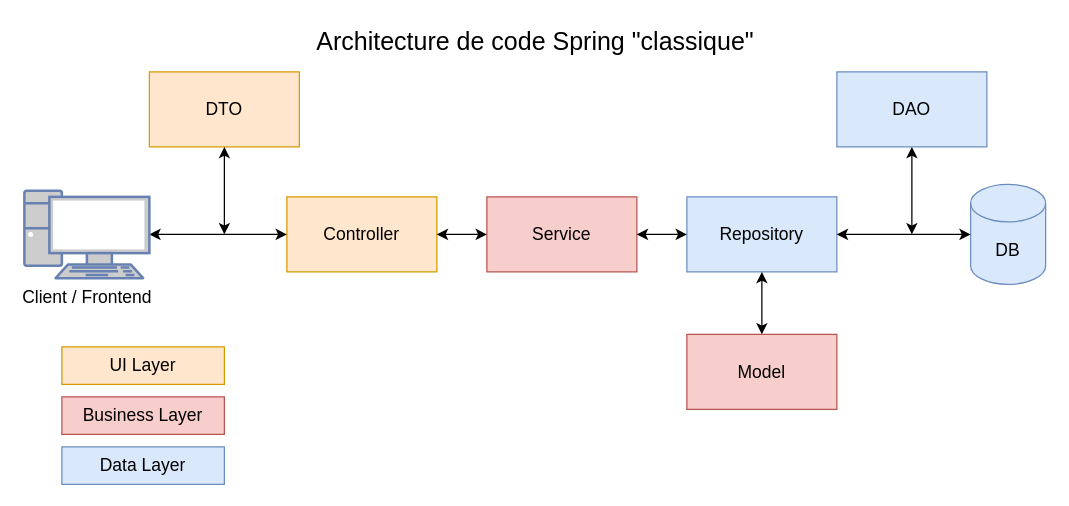
This is assets/figures/architecture-code-spring.drawio from alecberney/TB_Report, a draw.io file, before an edit. Source tidied: cells renumbered, new cells numbered last; positions are measured from the earlier drawing's top-left corner, leaving out a move shared by most shapes. Both pictures are drawn from the tidied source at 125%, with x=0, y=0 at pixel (22, 21).
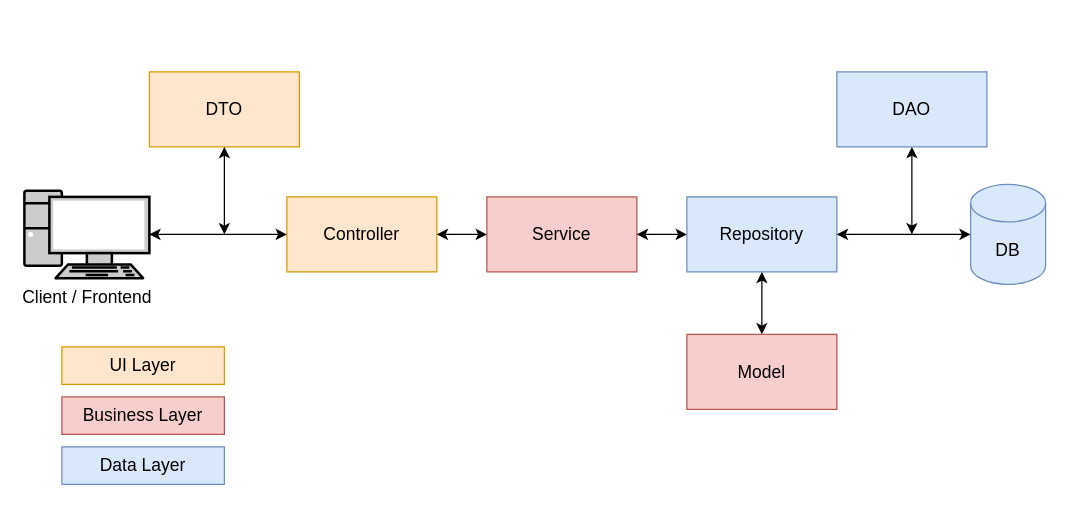
Above is the later version.

The edit, as a diff of the source:
```diff
@@
-    <mxCell id="14" value="Architecture de code Spring &quot;classique&quot;" style="text;html=1;strokeColor=none;fillColor=none;align=center;verticalAlign=middle;whiteSpace=wrap;rounded=0;fontSize=20;" parent="1" vertex="1">
-      <mxGeometry width="820" height="30" as="geometry" />
-    </mxCell>
@@
-    <mxCell id="17" value="Client / Frontend" style="fontColor=#000000;verticalAlign=top;verticalLabelPosition=bottom;labelPosition=center;align=center;html=1;outlineConnect=0;fillColor=#CCCCCC;strokeColor=#6881B3;gradientColor=none;gradientDirection=north;strokeWidth=2;shape=mxgraph.networks.pc;fontSize=14;" parent="1" vertex="1">
+    <mxCell id="17" value="Client / Frontend" style="fontColor=#000000;verticalAlign=top;verticalLabelPosition=bottom;labelPosition=center;align=center;html=1;outlineConnect=0;fillColor=#CCCCCC;strokeColor=#000000;gradientColor=none;gradientDirection=north;strokeWidth=2;shape=mxgraph.networks.pc;fontSize=14;" parent="1" vertex="1">
       <mxGeometry x="1" y="135" width="100" height="70" as="geometry" />
     </mxCell>
```
